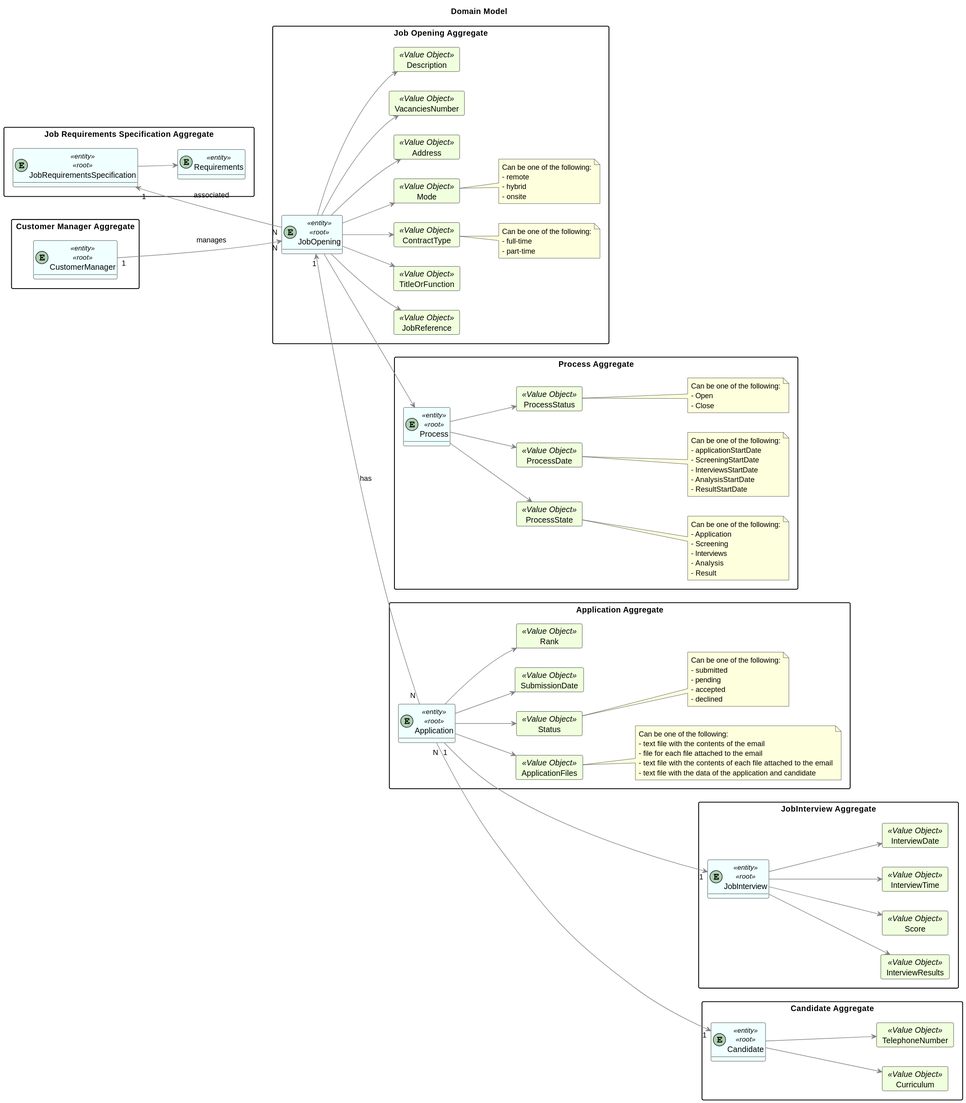
MiguelCardoso77/LAPR4 keeps this PlantUML diagram as docs/SprintC/1-job-interviews-evaluation/domain-model.svg. Above is the earlier version.
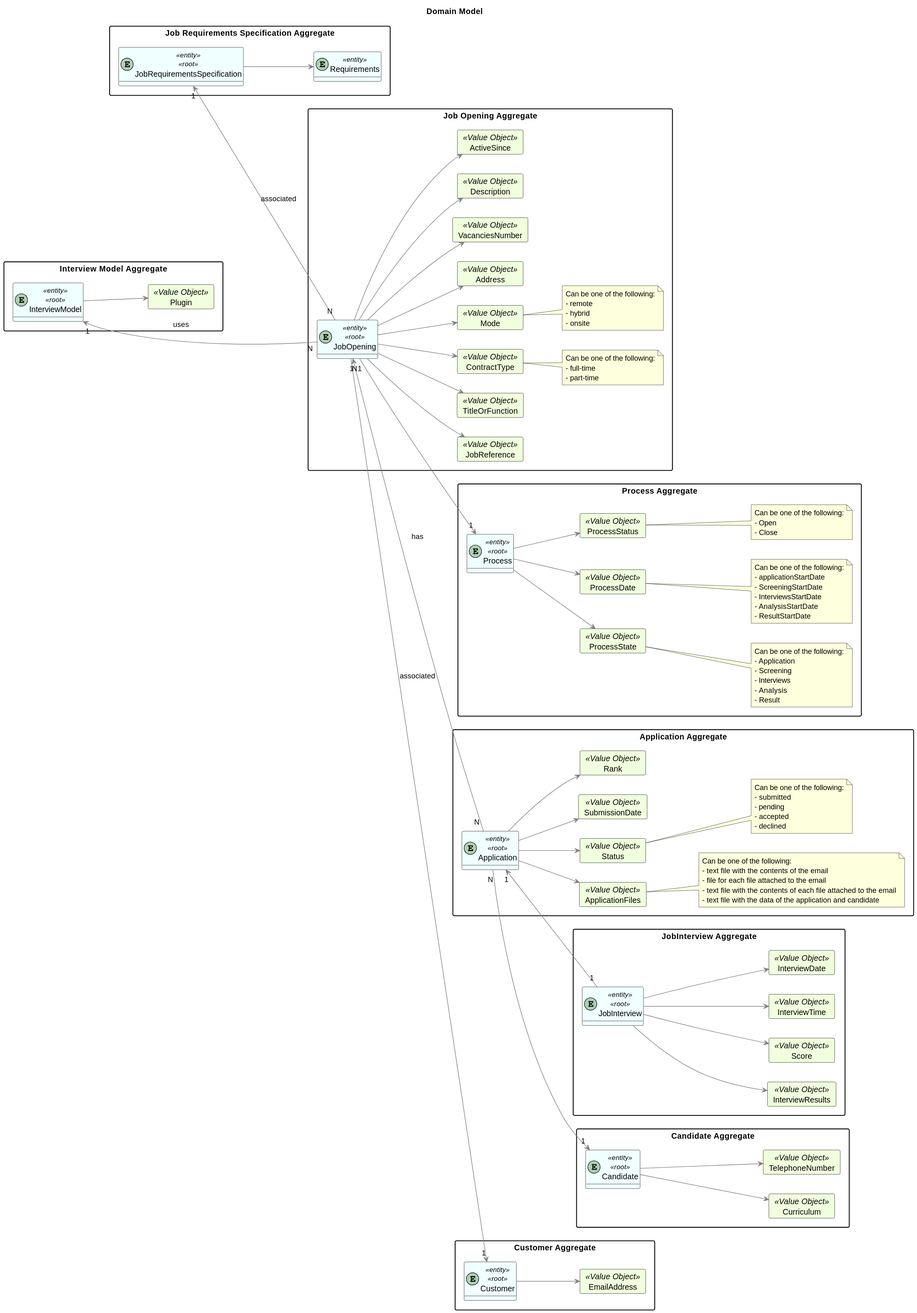
Above is the later version.

Commit message:
Domain model update #30

The edit, as a diff of the source:
```diff
@@ -48,6 +48,8 @@
     }
     card Description <<Value Object>> {
     }
+    card ActiveSince <<Value Object>>{
+    }
 
     JobOpening --> JobReference
     JobOpening --> TitleOrFunction
@@ -56,6 +58,7 @@
     JobOpening --> Address
     JobOpening --> VacanciesNumber
     JobOpening --> Description
+    JobOpening --> ActiveSince
 
     note right of ContractType
         Can be one of the following:
@@ -69,25 +72,6 @@
          - hybrid
          - onsite
     end note
-
-}
-
-package "JobInterview Aggregate"{
-entity JobInterview <<entity>><<root>>
-
-     card InterviewResults <<Value Object>> {
-     }
-     card Score <<Value Object>> {
-     }
-     card InterviewTime <<Value Object>> {
-     }
-     card InterviewDate <<Value Object>> {
-     }
-
-     JobInterview --> InterviewResults
-     JobInterview --> Score
-     JobInterview --> InterviewTime
-     JobInterview --> InterviewDate
 
 }
 
@@ -128,7 +112,6 @@
         - Open
         - Close
     end note
-
 }
 
 package "Application Aggregate"{
@@ -166,6 +149,44 @@
 
 }
 
+package "JobInterview Aggregate"{
+entity JobInterview <<entity>><<root>>
+
+     card InterviewResults <<Value Object>> {
+     }
+     card Score <<Value Object>> {
+     }
+     card InterviewTime <<Value Object>> {
+     }
+     card InterviewDate <<Value Object>> {
+     }
+
+     JobInterview --> InterviewResults
+     JobInterview --> Score
+     JobInterview --> InterviewTime
+     JobInterview --> InterviewDate
+
+}
+
+package "Interview Model Aggregate"{
+entity InterviewModel <<entity>><<root>>
+
+    card Plugin <<Value Object>> {
+    }
+
+    InterviewModel --> Plugin
+
+}
+
+package "Customer Aggregate"{
+entity Customer <<entity>><<root>>
+
+    card EmailAddress <<Value Object>>{
+    }
+
+    Customer --> EmailAddress
+}
+
 package "Candidate Aggregate"{
 entity Candidate <<entity>><<root>>
 
@@ -178,15 +199,15 @@
     Candidate --> TelephoneNumber
 }
 
-package "Customer Manager Aggregate"{
-entity CustomerManager <<entity>><<root>>
+JobOpening "1" <-- "N " Application : has
+    JobOpening "N" --> "1" Customer : associated
+    JobOpening  "1" --> "1" Process
 
-}
 
-JobOpening  --> Process
-JobRequirementsSpecification "1" <--- "N" JobOpening : associated
-CustomerManager "1" ---> "N" JobOpening : manages
-Application "N" ---> "1" Candidate
-Application "1" ---> "1" JobInterview
-JobOpening "1" <-- "N " Application : has
+Application "N" --> "1" Candidate
+    Application "1" <-- "1" JobInterview
+
+     JobRequirementsSpecification "1" <-- "N" JobOpening : associated
+
+     InterviewModel "1" <--- "N" JobOpening : uses
 @enduml
```
